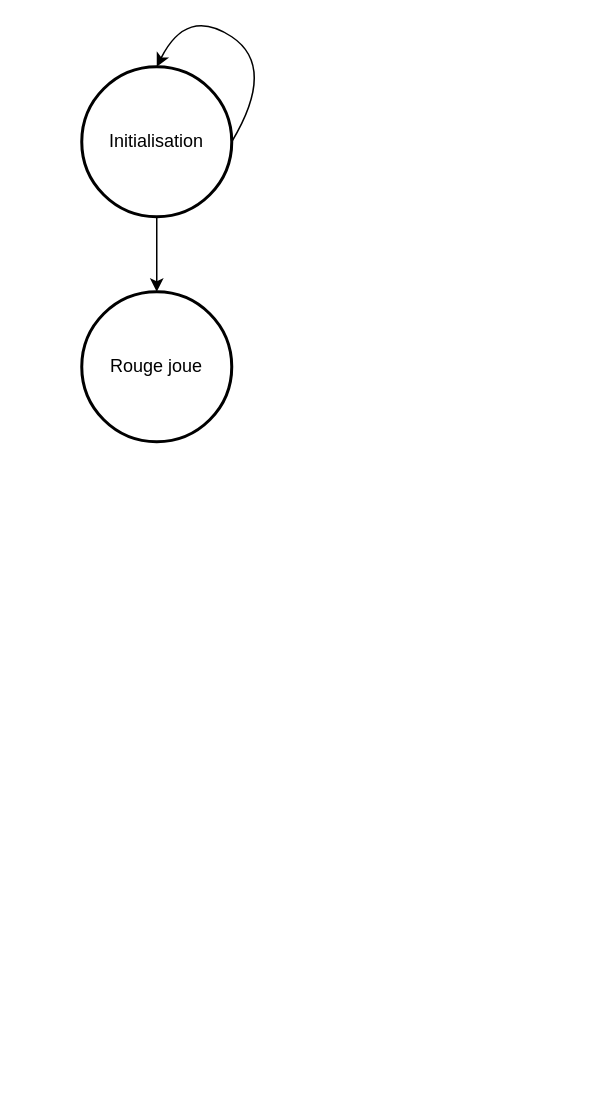
This is Sources/FSM/FSM.drawio from Starmaxou/Puissance4_VHDL, a draw.io file, before an edit. Source tidied: cells renumbered, new cells numbered last; positions are measured from the earlier drawing's top-left corner, leaving out a move shared by most shapes. Both pictures are drawn from the tidied source at 150%, with x=0, y=0 at pixel (81, 6).
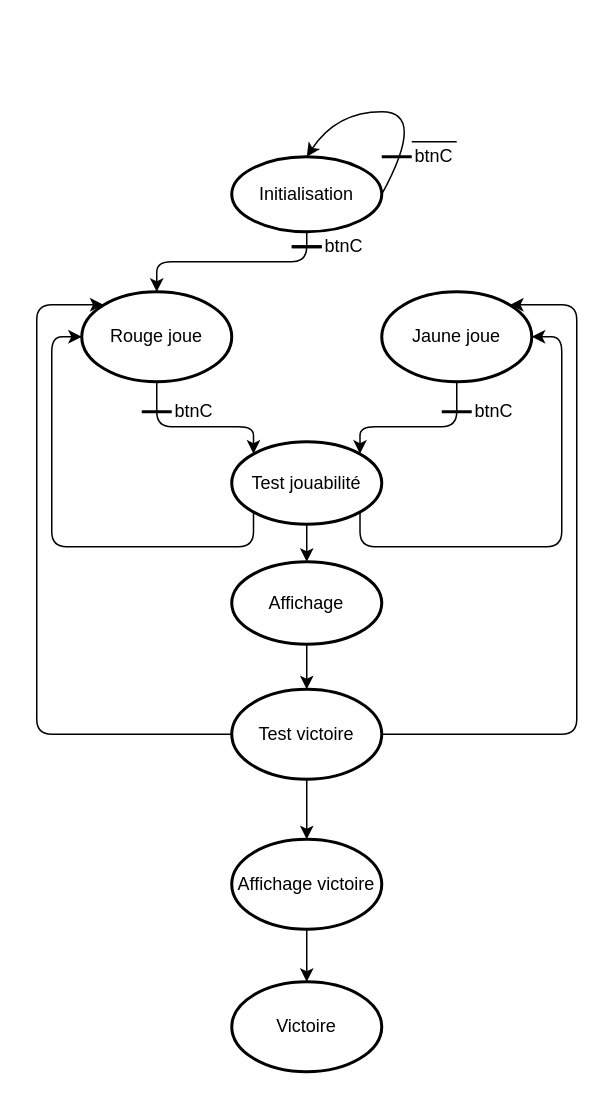
Above is the later version.

Diff of the diagram source:
```diff
@@
     <mxCell id="2" value="Initialisation" style="strokeWidth=2;html=1;shape=mxgraph.flowchart.start_2;whiteSpace=wrap;" parent="1" vertex="1">
-      <mxGeometry y="40" width="100" height="100" as="geometry" />
+      <mxGeometry x="100" y="100" width="100" height="50" as="geometry" />
     </mxCell>
     <mxCell id="3" value="Rouge joue" style="strokeWidth=2;html=1;shape=mxgraph.flowchart.start_2;whiteSpace=wrap;" parent="1" vertex="1">
-      <mxGeometry y="190" width="100" height="100" as="geometry" />
+      <mxGeometry y="190" width="100" height="60" as="geometry" />
     </mxCell>
     <mxCell id="4" style="curved=1;endArrow=classic;html=1;exitX=1;exitY=0.5;exitDx=0;exitDy=0;exitPerimeter=0;entryX=0.5;entryY=0;entryDx=0;entryDy=0;entryPerimeter=0;" parent="1" edge="1" source="2" target="2">
       <mxGeometry relative="1" as="geometry">
         <Array as="points">
-          <mxPoint x="130" y="40" />
-          <mxPoint x="70" />
+          <mxPoint x="230" y="70" />
+          <mxPoint x="170" y="70" />
         </Array>
       </mxGeometry>
     </mxCell>
+    <mxCell id="6" value="Test victoire" style="strokeWidth=2;html=1;shape=mxgraph.flowchart.start_2;whiteSpace=wrap;" parent="1" vertex="1">
+      <mxGeometry x="100" y="455" width="100" height="60" as="geometry" />
+    </mxCell>
+    <mxCell id="7" value="Jaune joue" style="strokeWidth=2;html=1;shape=mxgraph.flowchart.start_2;whiteSpace=wrap;" parent="1" vertex="1">
+      <mxGeometry x="200" y="190" width="100" height="60" as="geometry" />
+    </mxCell>
+    <mxCell id="8" style="edgeStyle=segmentEdgeStyle;endArrow=classic;html=1;entryX=0.145;entryY=0.145;entryDx=0;entryDy=0;entryPerimeter=0;exitX=0;exitY=0.5;exitDx=0;exitDy=0;exitPerimeter=0;" parent="1" edge="1" source="6" target="3">
+      <mxGeometry relative="1" as="geometry">
+        <Array as="points">
+          <mxPoint x="-30" y="485" />
+          <mxPoint x="-30" y="199" />
+        </Array>
+      </mxGeometry>
+    </mxCell>
+    <mxCell id="9" style="edgeStyle=segmentEdgeStyle;endArrow=classic;html=1;entryX=0.855;entryY=0.145;entryDx=0;entryDy=0;entryPerimeter=0;exitX=1;exitY=0.5;exitDx=0;exitDy=0;exitPerimeter=0;" parent="1" edge="1" source="6" target="7">
+      <mxGeometry relative="1" as="geometry">
+        <Array as="points">
+          <mxPoint x="330" y="485" />
+          <mxPoint x="330" y="199" />
+        </Array>
+      </mxGeometry>
+    </mxCell>
+    <mxCell id="10" style="edgeStyle=segmentEdgeStyle;endArrow=classic;html=1;exitX=0.5;exitY=1;exitDx=0;exitDy=0;exitPerimeter=0;entryX=0.5;entryY=0;entryDx=0;entryDy=0;entryPerimeter=0;" parent="1" edge="1" source="6" target="12">
+      <mxGeometry relative="1" as="geometry" />
+    </mxCell>
+    <mxCell id="11" style="edgeStyle=orthogonalEdgeStyle;rounded=0;jettySize=auto;html=1;" parent="1" edge="1" source="12" target="30">
+      <mxGeometry relative="1" as="geometry" />
+    </mxCell>
+    <mxCell id="12" value="Affichage victoire" style="strokeWidth=2;html=1;shape=mxgraph.flowchart.start_2;whiteSpace=wrap;" parent="1" vertex="1">
+      <mxGeometry x="100" y="555" width="100" height="60" as="geometry" />
+    </mxCell>
+    <mxCell id="13" style="line;strokeWidth=2;html=1;" parent="1" vertex="1">
+      <mxGeometry x="200" y="95" width="20" height="10" as="geometry" />
+    </mxCell>
+    <mxCell id="14" value="btnC" style="text;html=1;strokeColor=none;fillColor=none;align=center;verticalAlign=middle;whiteSpace=wrap;rounded=0;" parent="1" vertex="1">
+      <mxGeometry x="220" y="90" width="30" height="20" as="geometry" />
+    </mxCell>
+    <mxCell id="15" style="endArrow=none;html=1;" parent="1" edge="1">
+      <mxGeometry relative="1" as="geometry">
+        <mxPoint x="220" y="90" as="sourcePoint" />
+        <mxPoint x="250" y="90" as="targetPoint" />
+      </mxGeometry>
+    </mxCell>
+    <mxCell id="16" style="line;strokeWidth=2;html=1;" parent="1" vertex="1">
+      <mxGeometry x="140" y="155" width="20" height="10" as="geometry" />
+    </mxCell>
+    <mxCell id="17" value="btnC" style="text;html=1;strokeColor=none;fillColor=none;align=center;verticalAlign=middle;whiteSpace=wrap;rounded=0;" parent="1" vertex="1">
+      <mxGeometry x="160" y="150" width="30" height="20" as="geometry" />
+    </mxCell>
+    <mxCell id="18" style="line;strokeWidth=2;html=1;" parent="1" vertex="1">
+      <mxGeometry x="40" y="265" width="20" height="10" as="geometry" />
+    </mxCell>
+    <mxCell id="19" value="btnC" style="text;html=1;strokeColor=none;fillColor=none;align=center;verticalAlign=middle;whiteSpace=wrap;rounded=0;" parent="1" vertex="1">
+      <mxGeometry x="60" y="260" width="30" height="20" as="geometry" />
+    </mxCell>
+    <mxCell id="20" style="line;strokeWidth=2;html=1;" parent="1" vertex="1">
+      <mxGeometry x="240" y="265" width="20" height="10" as="geometry" />
+    </mxCell>
+    <mxCell id="21" value="btnC" style="text;html=1;strokeColor=none;fillColor=none;align=center;verticalAlign=middle;whiteSpace=wrap;rounded=0;" parent="1" vertex="1">
+      <mxGeometry x="260" y="260" width="30" height="20" as="geometry" />
+    </mxCell>
+    <mxCell id="22" style="edgeStyle=orthogonalEdgeStyle;rounded=0;jettySize=auto;html=1;" parent="1" edge="1" source="23" target="29">
+      <mxGeometry relative="1" as="geometry" />
+    </mxCell>
+    <mxCell id="23" value="Test jouabilité" style="strokeWidth=2;html=1;shape=mxgraph.flowchart.start_2;whiteSpace=wrap;" parent="1" vertex="1">
+      <mxGeometry x="100" y="290" width="100" height="55" as="geometry" />
+    </mxCell>
+    <mxCell id="24" style="edgeStyle=segmentEdgeStyle;endArrow=classic;html=1;exitX=0.5;exitY=1;exitDx=0;exitDy=0;exitPerimeter=0;entryX=0.145;entryY=0.145;entryDx=0;entryDy=0;entryPerimeter=0;" parent="1" edge="1" source="3" target="23">
+      <mxGeometry relative="1" as="geometry">
+        <Array as="points">
+          <mxPoint x="50" y="280" />
+          <mxPoint x="115" y="280" />
+        </Array>
+      </mxGeometry>
+    </mxCell>
+    <mxCell id="25" style="edgeStyle=segmentEdgeStyle;endArrow=classic;html=1;exitX=0.5;exitY=1;exitDx=0;exitDy=0;exitPerimeter=0;entryX=0.855;entryY=0.145;entryDx=0;entryDy=0;entryPerimeter=0;" parent="1" edge="1" source="7" target="23">
+      <mxGeometry relative="1" as="geometry">
+        <Array as="points">
+          <mxPoint x="250" y="280" />
+          <mxPoint x="186" y="280" />
+        </Array>
+      </mxGeometry>
+    </mxCell>
+    <mxCell id="26" style="edgeStyle=segmentEdgeStyle;endArrow=classic;html=1;exitX=0.145;exitY=0.855;exitDx=0;exitDy=0;exitPerimeter=0;entryX=0;entryY=0.5;entryDx=0;entryDy=0;entryPerimeter=0;" parent="1" edge="1" source="23" target="3">
+      <mxGeometry relative="1" as="geometry">
+        <Array as="points">
+          <mxPoint x="115" y="360" />
+          <mxPoint x="-20" y="360" />
+          <mxPoint x="-20" y="220" />
+        </Array>
+      </mxGeometry>
+    </mxCell>
+    <mxCell id="27" style="edgeStyle=segmentEdgeStyle;endArrow=classic;html=1;entryX=1;entryY=0.5;entryDx=0;entryDy=0;entryPerimeter=0;exitX=0.855;exitY=0.855;exitDx=0;exitDy=0;exitPerimeter=0;" parent="1" edge="1" source="23" target="7">
+      <mxGeometry relative="1" as="geometry">
+        <Array as="points">
+          <mxPoint x="186" y="360" />
+          <mxPoint x="320" y="360" />
+          <mxPoint x="320" y="220" />
+        </Array>
+      </mxGeometry>
+    </mxCell>
+    <mxCell id="28" style="edgeStyle=orthogonalEdgeStyle;rounded=0;jettySize=auto;html=1;" parent="1" edge="1" source="29" target="6">
+      <mxGeometry relative="1" as="geometry" />
+    </mxCell>
+    <mxCell id="29" value="Affichage" style="strokeWidth=2;html=1;shape=mxgraph.flowchart.start_2;whiteSpace=wrap;" parent="1" vertex="1">
+      <mxGeometry x="100" y="370" width="100" height="55" as="geometry" />
+    </mxCell>
+    <mxCell id="30" value="Victoire" style="strokeWidth=2;html=1;shape=mxgraph.flowchart.start_2;whiteSpace=wrap;" parent="1" vertex="1">
+      <mxGeometry x="100" y="650" width="100" height="60" as="geometry" />
+    </mxCell>
-    <mxCell id="5" style="endArrow=classic;html=1;exitX=0.5;exitY=1;exitDx=0;exitDy=0;exitPerimeter=0;" parent="1" edge="1" source="2" target="3">
-      <mxGeometry relative="1" as="geometry" />
+    <mxCell id="5" style="edgeStyle=segmentEdgeStyle;endArrow=classic;html=1;exitX=0.5;exitY=1;exitDx=0;exitDy=0;exitPerimeter=0;" parent="1" edge="1" source="2" target="3">
+      <mxGeometry relative="1" as="geometry">
+        <Array as="points">
+          <mxPoint x="150" y="170" />
+          <mxPoint x="50" y="170" />
+        </Array>
+      </mxGeometry>
     </mxCell>
+    <mxCell id="31" style="line;strokeWidth=2;html=1;" parent="1" vertex="1">
+      <mxGeometry x="140" y="155" width="20" height="10" as="geometry" />
+    </mxCell>
```
